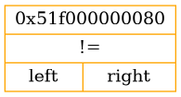
Earlier version of the Graphviz export png_files/predprocessingTree.dot.png (Matvey787/myProgLanguage). Its source is kept beside it as predprocessingTree.dot.
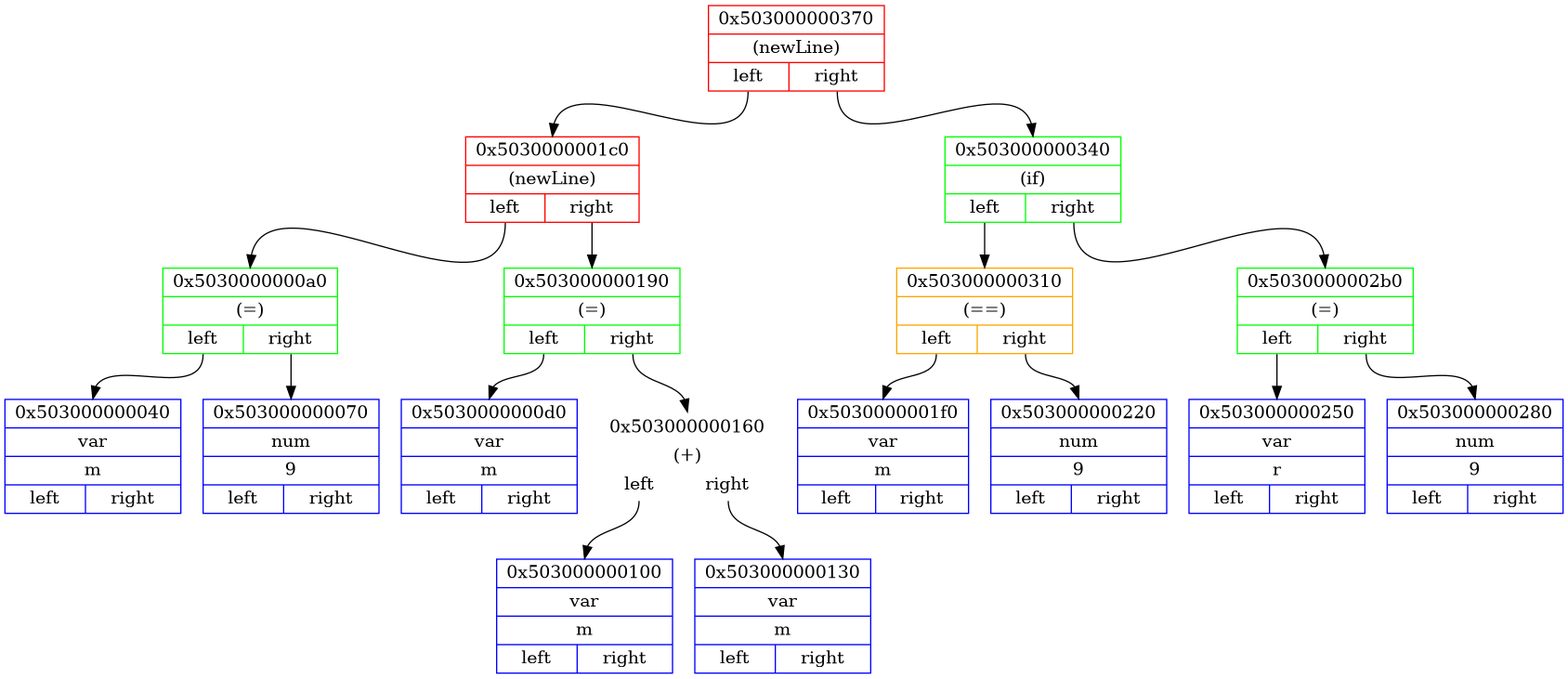
The same diagram one commit later.

Change to the diagram source:
```diff
@@ -2,5 +2,37 @@
 {
 rankdir=HR;
 
-node0x51f000000080 [ shape=record, color = orange rank = 1, label= "{ 0x51f000000080 | != | {<n0x51f000000080_l> left | <n0x51f000000080_r> right}} " ];
+node0x503000000370 [ shape=record, color = red rank = 1, label= "{ 0x503000000370 | (newLine) | {<n0x503000000370_l> left | <n0x503000000370_r> right}} " ];
+node0x5030000001c0 [ shape=record, color = red rank = 2, label= "{ 0x5030000001c0 | (newLine) | {<n0x5030000001c0_l> left | <n0x5030000001c0_r> right}} " ];
+node0x5030000000a0 [ shape=record, color = green rank = 3, label= "{ 0x5030000000a0 | (=) | {<n0x5030000000a0_l> left | <n0x5030000000a0_r> right}} " ];
+node0x503000000040 [ shape=record, color = blue rank = 4, label= "{ 0x503000000040 | var | m | {<n0x503000000040_l> left | <n0x503000000040_r> right}} " ];
+node0x5030000000a0:<n0x5030000000a0_l>:s -> node0x503000000040:n [ color = black; ]
+node0x503000000070 [ shape=record, color = blue rank = 5, label= "{ 0x503000000070 | num | 9 | {<n0x503000000070_l> left | <n0x503000000070_r> right}} " ];
+node0x5030000000a0:<n0x5030000000a0_r>:s -> node0x503000000070:n [ color = black; ]
+node0x5030000001c0:<n0x5030000001c0_l>:s -> node0x5030000000a0:n [ color = black; ]
+node0x503000000190 [ shape=record, color = green rank = 4, label= "{ 0x503000000190 | (=) | {<n0x503000000190_l> left | <n0x503000000190_r> right}} " ];
+node0x5030000000d0 [ shape=record, color = blue rank = 5, label= "{ 0x5030000000d0 | var | m | {<n0x5030000000d0_l> left | <n0x5030000000d0_r> right}} " ];
+node0x503000000190:<n0x503000000190_l>:s -> node0x5030000000d0:n [ color = black; ]
+node0x503000000160 [ shape=record, color = white rank = 6, label= "{ 0x503000000160 | (+) | {<n0x503000000160_l> left | <n0x503000000160_r> right}} " ];
+node0x503000000100 [ shape=record, color = blue rank = 7, label= "{ 0x503000000100 | var | m | {<n0x503000000100_l> left | <n0x503000000100_r> right}} " ];
+node0x503000000160:<n0x503000000160_l>:s -> node0x503000000100:n [ color = black; ]
+node0x503000000130 [ shape=record, color = blue rank = 8, label= "{ 0x503000000130 | var | m | {<n0x503000000130_l> left | <n0x503000000130_r> right}} " ];
+node0x503000000160:<n0x503000000160_r>:s -> node0x503000000130:n [ color = black; ]
+node0x503000000190:<n0x503000000190_r>:s -> node0x503000000160:n [ color = black; ]
+node0x5030000001c0:<n0x5030000001c0_r>:s -> node0x503000000190:n [ color = black; ]
+node0x503000000370:<n0x503000000370_l>:s -> node0x5030000001c0:n [ color = black; ]
+node0x503000000340 [ shape=record, color = green rank = 3, label= "{ 0x503000000340 | (if) | {<n0x503000000340_l> left | <n0x503000000340_r> right}} " ];
+node0x503000000310 [ shape=record, color = orange rank = 4, label= "{ 0x503000000310 | (==) | {<n0x503000000310_l> left | <n0x503000000310_r> right}} " ];
+node0x5030000001f0 [ shape=record, color = blue rank = 5, label= "{ 0x5030000001f0 | var | m | {<n0x5030000001f0_l> left | <n0x5030000001f0_r> right}} " ];
+node0x503000000310:<n0x503000000310_l>:s -> node0x5030000001f0:n [ color = black; ]
+node0x503000000220 [ shape=record, color = blue rank = 6, label= "{ 0x503000000220 | num | 9 | {<n0x503000000220_l> left | <n0x503000000220_r> right}} " ];
+node0x503000000310:<n0x503000000310_r>:s -> node0x503000000220:n [ color = black; ]
+node0x503000000340:<n0x503000000340_l>:s -> node0x503000000310:n [ color = black; ]
+node0x5030000002b0 [ shape=record, color = green rank = 5, label= "{ 0x5030000002b0 | (=) | {<n0x5030000002b0_l> left | <n0x5030000002b0_r> right}} " ];
+node0x503000000250 [ shape=record, color = blue rank = 6, label= "{ 0x503000000250 | var | r | {<n0x503000000250_l> left | <n0x503000000250_r> right}} " ];
+node0x5030000002b0:<n0x5030000002b0_l>:s -> node0x503000000250:n [ color = black; ]
+node0x503000000280 [ shape=record, color = blue rank = 7, label= "{ 0x503000000280 | num | 9 | {<n0x503000000280_l> left | <n0x503000000280_r> right}} " ];
+node0x5030000002b0:<n0x5030000002b0_r>:s -> node0x503000000280:n [ color = black; ]
+node0x503000000340:<n0x503000000340_r>:s -> node0x5030000002b0:n [ color = black; ]
+node0x503000000370:<n0x503000000370_r>:s -> node0x503000000340:n [ color = black; ]
 }
```
